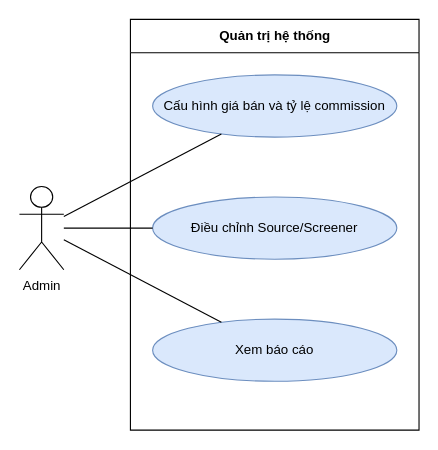
The draw.io diagram page "UC 4.7 Quản trị" (7 of 40) of Extra/SoDo/CV_Marketplace_So_do_thiet_ke.drawio in nlinh1703/Bao-cao-thuc-tap-BA, before the edit. Source tidied: cells renumbered, new cells numbered last; positions are measured from the earlier drawing's top-left corner, leaving out a move shared by most shapes. Both pictures are drawn from the tidied source at 111%, with x=0, y=0 at pixel (19, 19).
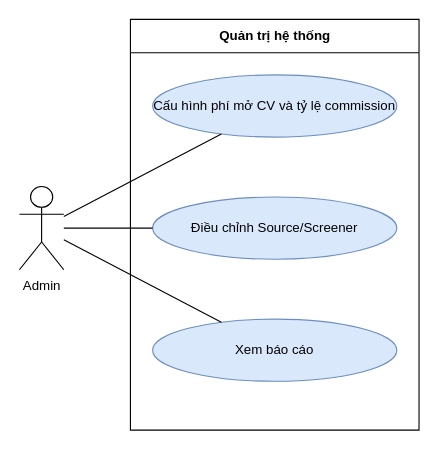
After the change.

What changed in the source:
```diff
@@
 <mxGraphModel>
   <root>
     <mxCell id="0" />
     <mxCell id="1" parent="0" />
     <mxCell id="2" value="Quản trị hệ thống" style="swimlane;startSize=30;html=1;fillColor=none;fontStyle=1;" parent="1" vertex="1">
       <mxGeometry x="100" width="260" height="370" as="geometry" />
     </mxCell>
-    <mxCell id="3" value="Cấu hình giá bán và tỷ lệ commission" style="ellipse;whiteSpace=wrap;html=1;fillColor=#dae8fc;strokeColor=#6c8ebf;" parent="1" vertex="1">
+    <mxCell id="3" value="Cấu hình phí mở CV và tỷ lệ commission" style="ellipse;whiteSpace=wrap;html=1;fillColor=#dae8fc;strokeColor=#6c8ebf;" parent="1" vertex="1">
       <mxGeometry x="120" y="50" width="220" height="56" as="geometry" />
     </mxCell>
     <mxCell id="4" value="Điều chỉnh Source/Screener" style="ellipse;whiteSpace=wrap;html=1;fillColor=#dae8fc;strokeColor=#6c8ebf;" parent="1" vertex="1">
       <mxGeometry x="120" y="160" width="220" height="56" as="geometry" />
     </mxCell>
     <mxCell id="5" value="Xem báo cáo" style="ellipse;whiteSpace=wrap;html=1;fillColor=#dae8fc;strokeColor=#6c8ebf;" parent="1" vertex="1">
       <mxGeometry x="120" y="270" width="220" height="56" as="geometry" />
     </mxCell>
     <mxCell id="6" value="Admin" style="shape=umlActor;verticalLabelPosition=bottom;verticalAlign=top;html=1;outlineConnect=0;" parent="1" vertex="1">
       <mxGeometry y="150.5" width="40" height="75" as="geometry" />
     </mxCell>
     <mxCell id="7" style="endArrow=none;html=1;" parent="1" edge="1" source="6" target="3">
       <mxGeometry relative="1" as="geometry" />
     </mxCell>
     <mxCell id="8" style="endArrow=none;html=1;" parent="1" edge="1" source="6" target="4">
       <mxGeometry relative="1" as="geometry" />
     </mxCell>
     <mxCell id="9" style="endArrow=none;html=1;" parent="1" edge="1" source="6" target="5">
       <mxGeometry relative="1" as="geometry" />
     </mxCell>
   </root>
 </mxGraphModel>
```
